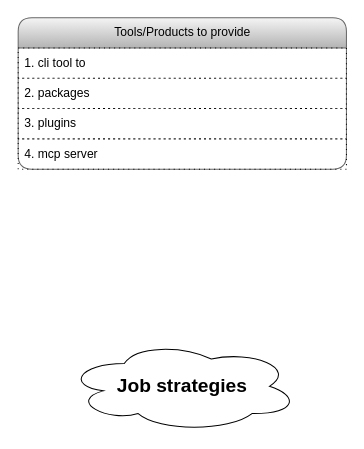
Earlier version of the draw.io diagram life/strategies/job-strategies/job-strategies.dio (knkrn5/Programming-Concepts). Source tidied: cells renumbered, new cells numbered last; positions are measured from the earlier drawing's top-left corner, leaving out a move shared by most shapes. Both pictures are drawn from the tidied source at 101%, with x=0, y=0 at pixel (17, 17).
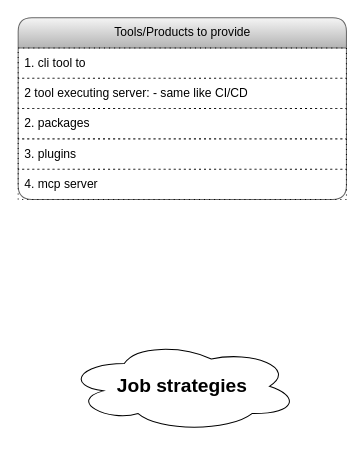
The same diagram, later.

Commit message (it also covers changes not shown here):
Update job strategies diagram: Adjust swimlane height and add new tools/products entries

Change to the diagram source:
```diff
@@
 <mxGraphModel background="light-dark(#ffffff, #121212)">
   <root>
     <mxCell id="0" />
     <mxCell id="1" parent="0" />
     <mxCell id="2" value="&lt;b&gt;&lt;font style=&quot;font-size: 19px;&quot;&gt;Job strategies&lt;/font&gt;&lt;/b&gt;" style="ellipse;shape=cloud;whiteSpace=wrap;html=1;" parent="1" vertex="1">
       <mxGeometry x="48" y="320" width="230" height="90" as="geometry" />
     </mxCell>
     <mxCell id="3" value="Tools/Products to provide" style="swimlane;fontStyle=0;horizontal=1;startSize=30;whiteSpace=wrap;html=1;rounded=1;roundedPerimeter=1;fillColor=#f5f5f5;gradientColor=#b3b3b3;strokeColor=#666666;" parent="1" vertex="1">
-      <mxGeometry x="0.5" width="325" height="150" as="geometry" />
+      <mxGeometry x="0.5" width="325" height="180" as="geometry" />
     </mxCell>
     <mxCell id="4" value="1. cli tool to&amp;nbsp;" style="text;strokeColor=default;fillColor=none;align=left;verticalAlign=middle;spacingLeft=4;spacingRight=4;overflow=hidden;whiteSpace=wrap;html=1;dashed=1;dashPattern=1 4;" parent="3" vertex="1">
       <mxGeometry y="30" width="325" height="30" as="geometry" />
     </mxCell>
+    <mxCell id="8" value="2 tool executing server: - same like CI/CD" style="text;strokeColor=default;fillColor=none;align=left;verticalAlign=middle;spacingLeft=4;spacingRight=4;overflow=hidden;whiteSpace=wrap;html=1;dashed=1;dashPattern=1 4;" parent="3" vertex="1">
+      <mxGeometry y="60" width="325" height="30" as="geometry" />
+    </mxCell>
     <mxCell id="5" value="2. packages" style="text;strokeColor=default;fillColor=none;align=left;verticalAlign=middle;spacingLeft=4;spacingRight=4;overflow=hidden;whiteSpace=wrap;html=1;dashed=1;dashPattern=1 4;" parent="3" vertex="1">
-      <mxGeometry y="60" width="325" height="30" as="geometry" />
+      <mxGeometry y="90" width="325" height="30" as="geometry" />
     </mxCell>
     <mxCell id="6" value="3. plugins&amp;nbsp;" style="text;strokeColor=default;fillColor=none;align=left;verticalAlign=middle;spacingLeft=4;spacingRight=4;overflow=hidden;whiteSpace=wrap;html=1;dashed=1;dashPattern=1 4;" parent="3" vertex="1">
-      <mxGeometry y="90" width="325" height="30" as="geometry" />
+      <mxGeometry y="120" width="325" height="30" as="geometry" />
     </mxCell>
     <mxCell id="7" value="4. mcp server" style="text;strokeColor=default;fillColor=none;align=left;verticalAlign=middle;spacingLeft=4;spacingRight=4;overflow=hidden;whiteSpace=wrap;html=1;dashed=1;dashPattern=1 4;" parent="3" vertex="1">
-      <mxGeometry y="120" width="325" height="30" as="geometry" />
+      <mxGeometry y="150" width="325" height="30" as="geometry" />
     </mxCell>
   </root>
 </mxGraphModel>
```
